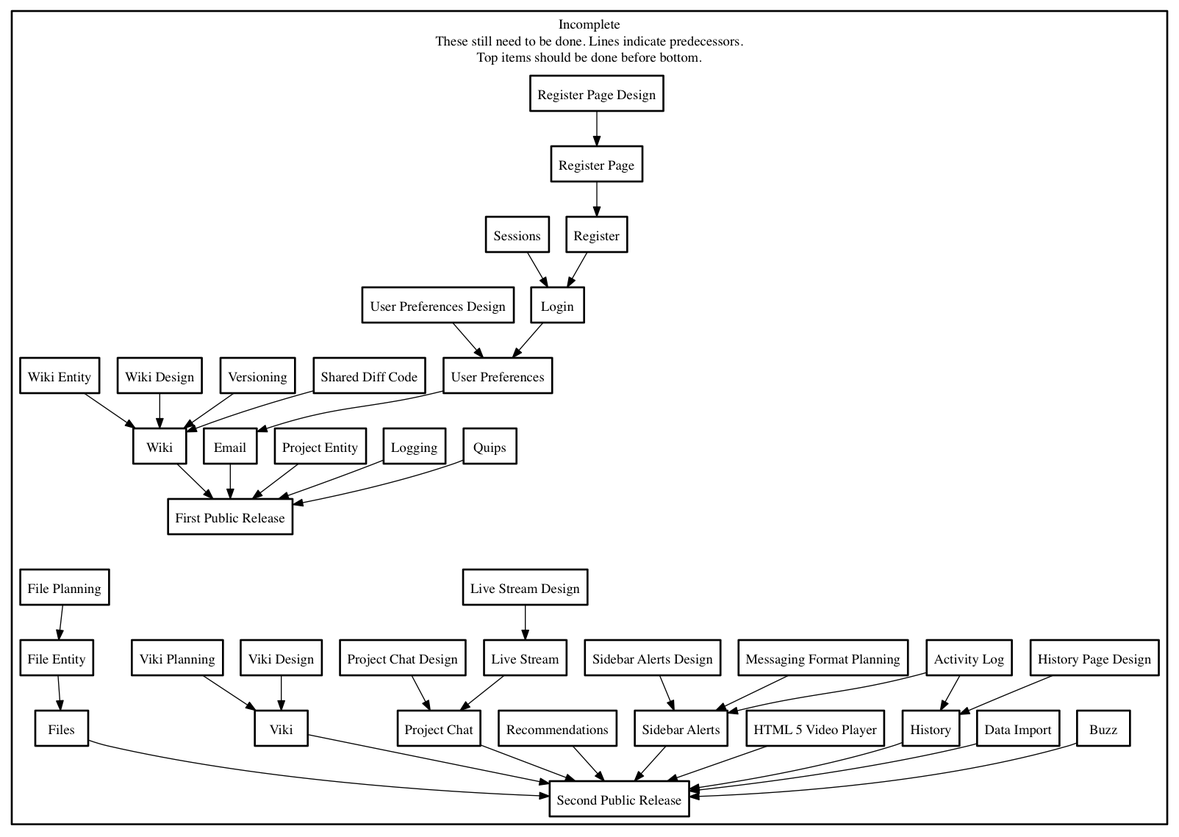
negativeview/Velour-1.5 keeps this Graphviz diagram as needed.png. Above is the earlier version. Its source is kept beside it as needed.dot.
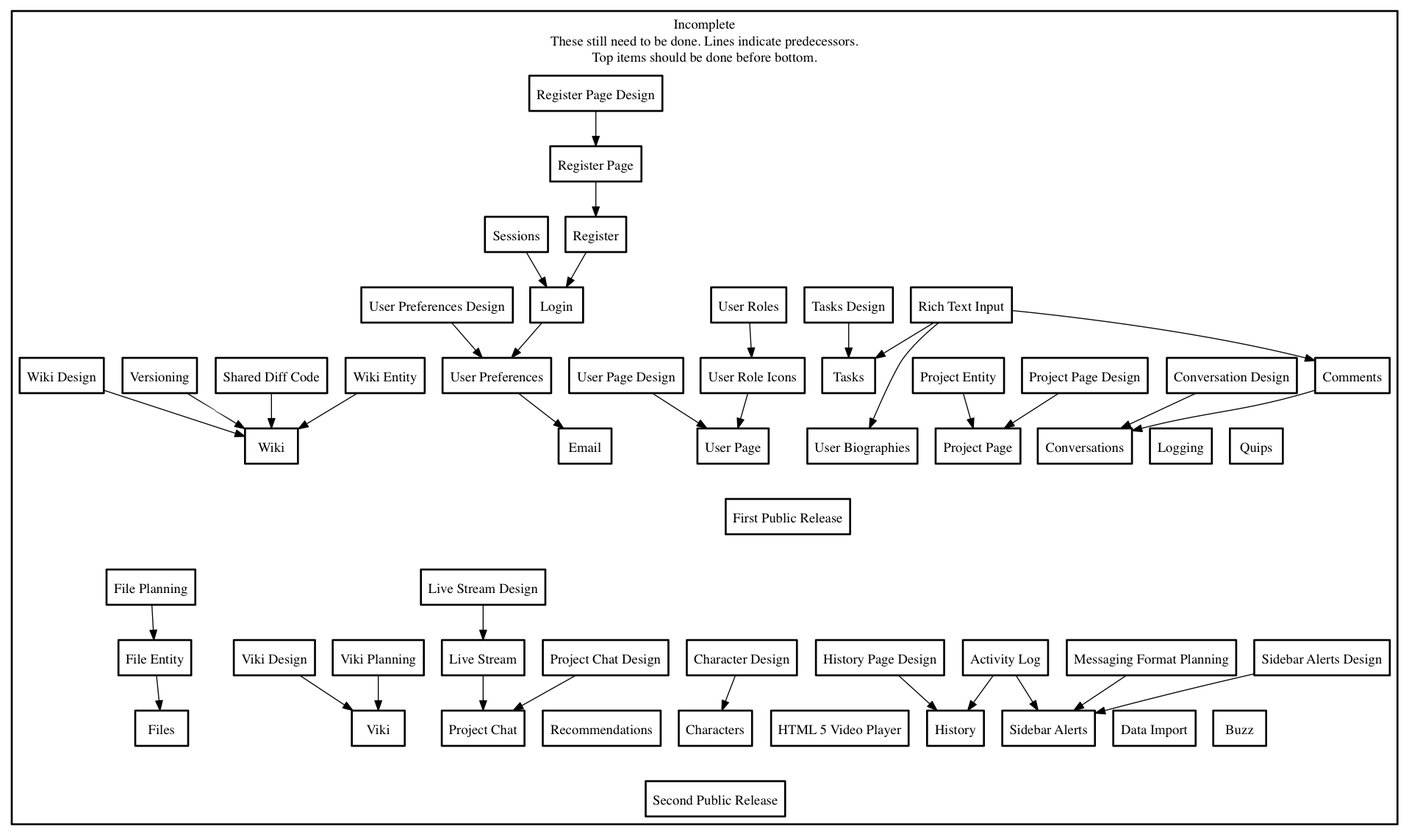
After the commit.

Commit message:
Updated needed dot.

The edit, as a diff of the source:
```diff
@@ -13,8 +13,14 @@
 
         activity_log [ label="Activity Log" ];
         alert_format_planning [ label="Messaging Format Planning" ];
+        biographies [ label = "User Biographies" ];
         buzz [ label="Buzz" ];
         data_import [ label="Data Import" ];
+        character_design [ label = "Character Design" ];
+        characters [ label = "Characters" ];
+        comments [ label = "Comments"];
+        conversation_design [ label = "Conversation Design" ];
+        conversations [ label = "Conversations" ];
         diff_code [ label="Shared Diff Code"];
         email [ label="Email" ];
         file_entity [ label="File Entity" ];
@@ -31,15 +37,24 @@
         project_chat_design [ label = "Project Chat Design" ];
         project_chat [ label="Project Chat" ];
         project_entity [ label="Project Entity" ];
+        project_page [ label = "Project Page" ];
+        project_page_design [ label = "Project Page Design" ];
         recommendations [ label = "Recommendations" ];
         register_page_design [ label = "Register Page Design" ];
         register_page [ label="Register Page" ];
         register [ label = "Register" ];
+        rich_text [ label = "Rich Text Input" ];
         sessions [ label="Sessions" ];
         sidebar_alerts_design [ label = "Sidebar Alerts Design" ];
         sidebar_alerts [ label="Sidebar Alerts" ];
+        task_design [ label = "Tasks Design" ];
+        tasks [ label = "Tasks" ];
+        user_page [ label = "User Page" ];
+        user_page_design [ label = "User Page Design"];
         user_preferences_design [ label = "User Preferences Design" ];
         user_preferences [ label="User Preferences" ];
+        user_roles [ label = "User Roles" ];
+        user_role_icons [ label = "User Role Icons" ];
         versioning [ label="Versioning" ];
         viki [ label="Viki" ];
         viki_design [ label = "Viki Design" ];
@@ -49,21 +64,26 @@
         wiki_entity [ label="Wiki Entity" ];
     }
 
-    email->release_a;
-    header_sayings->release_a;
-    logging->release_a;
-    project_entity->release_a;
-    wiki->release_a;
+    conversations->release_a [ style = invis];
+    email->release_a [ style = invis];
+    header_sayings->release_a [ style = invis];
+    logging->release_a [ style = invis];
+    project_page->release_a [ style = invis];
+    tasks->release_a [ style = invis];
+    biographies->release_a [ style = invis];
+    user_page->release_a [ style = invis];
+    wiki->release_a [ style = invis];
 
-    buzz->release_b;
-    data_import->release_b;
-    files->release_b;
-    history_tool->release_b;
-    html5_video->release_b;
-    project_chat->release_b;
-    recommendations->release_b;
-    sidebar_alerts->release_b;
-    viki->release_b;
+    buzz->release_b [ style = invis];
+    characters->release_b [ style = invis];
+    data_import->release_b [ style = invis];
+    files->release_b [ style = invis];
+    history_tool->release_b [ style = invis];
+    html5_video->release_b [ style = invis];
+    project_chat->release_b [ style = invis];
+    recommendations->release_b [ style = invis];
+    sidebar_alerts->release_b [ style = invis];
+    viki->release_b [ style = invis];
 
     release_a->file_planning [ style = invis ];
     release_a->release_b [ style = invis ];
@@ -72,6 +92,9 @@
     activity_log->sidebar_alerts;
     alert_format_planning->sidebar_alerts;
     diff_code->wiki;
+    character_design->characters;
+    comments->conversations;
+    conversation_design->conversations;
     file_entity->files;
     file_planning->file_entity;
     history_design->history_tool;
@@ -79,13 +102,22 @@
     live_stream->project_chat;
     login->user_preferences;
     project_chat_design->project_chat;
+    project_entity->project_page;
+    project_page_design->project_page;
     register_page_design->register_page;
     register_page->register;
     register->login;
+    rich_text->comments;
+    rich_text->tasks;
+    rich_text->biographies;
     sessions->login;
     sidebar_alerts_design->sidebar_alerts;
+    task_design->tasks;
+    user_page_design->user_page;
     user_preferences_design->user_preferences;
     user_preferences->email;
+    user_roles->user_role_icons;
+    user_role_icons->user_page;
     versioning->wiki;
     viki_design->viki;
     viki_planning->viki;
```
